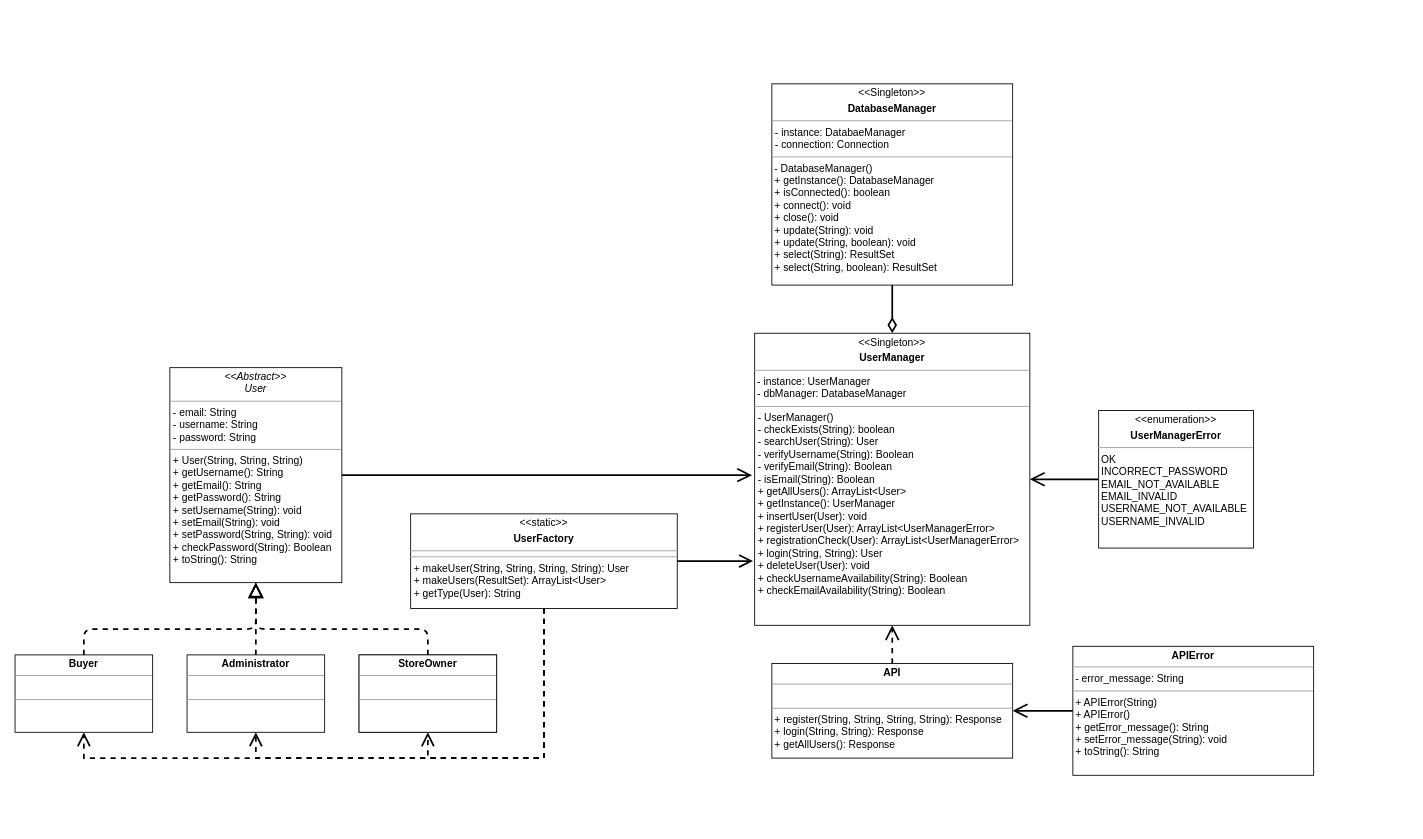
This is page "Class Diagram" (1 of 3) of uml_diagrams.drawio from MMAesawy/SE2-Project, a draw.io file, before an edit. Source tidied: cells renumbered, new cells numbered last; positions are measured from the earlier drawing's top-left corner, leaving out a move shared by most shapes. Both pictures are drawn from the tidied source at 86%, with x=0, y=0 at pixel (15, 83).
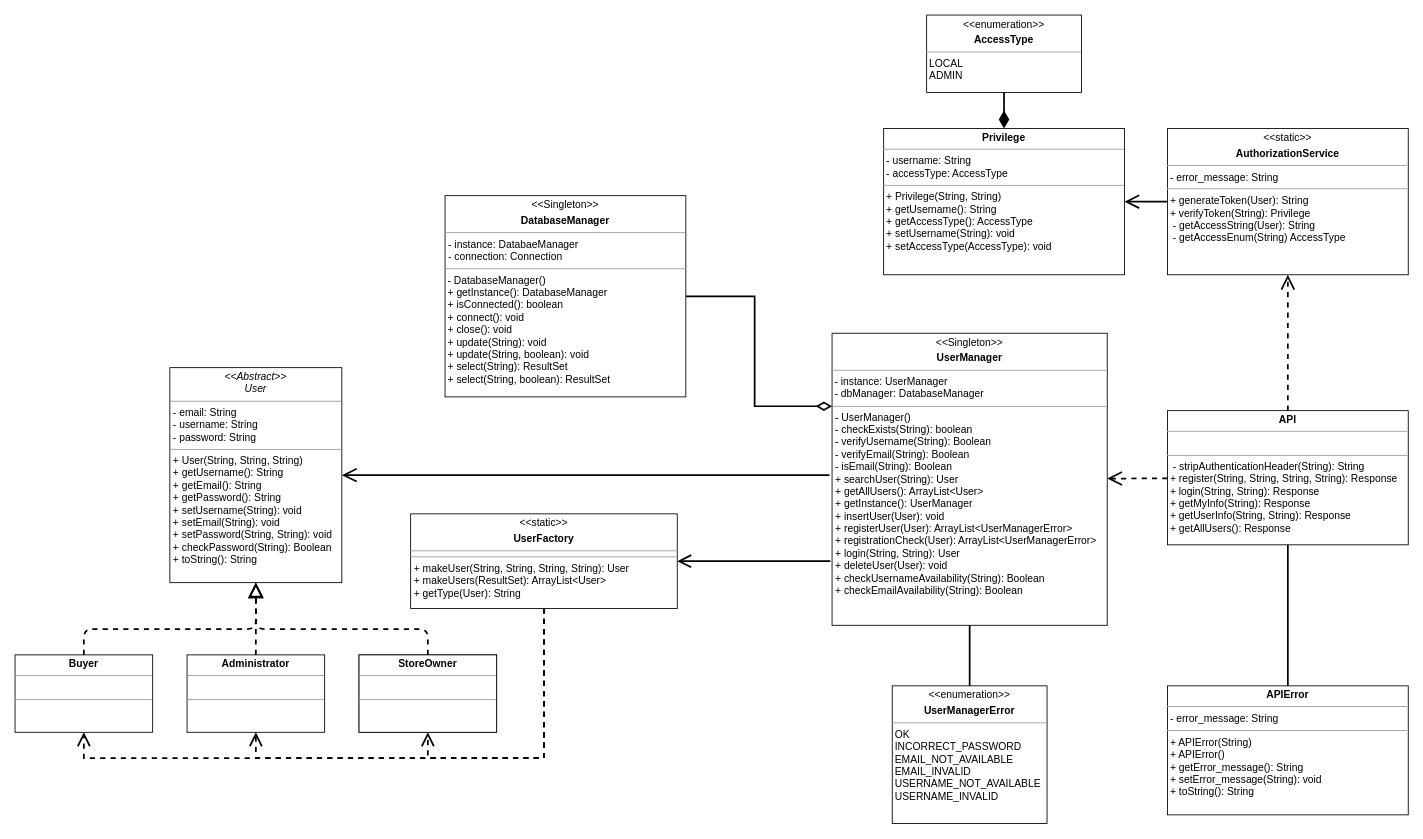
The same page after the edit.

Unchanged cells that the change refers to:
```xml
<mxCell id="2" value="&lt;p style=&quot;margin: 0px ; margin-top: 4px ; text-align: center&quot;&gt;&lt;i&gt;&amp;lt;&amp;lt;Abstract&amp;gt;&amp;gt;&lt;/i&gt;&lt;br&gt;&lt;i&gt;User&lt;/i&gt;&lt;/p&gt;&lt;hr size=&quot;1&quot;&gt;&lt;p style=&quot;margin: 0px ; margin-left: 4px&quot;&gt;- email: String&lt;br&gt;- username: String&lt;/p&gt;&lt;p style=&quot;margin: 0px ; margin-left: 4px&quot;&gt;- password: String&lt;br&gt;&lt;/p&gt;&lt;hr size=&quot;1&quot;&gt;&lt;p style=&quot;margin: 0px ; margin-left: 4px&quot;&gt;+ User(String, String, String)&lt;br&gt;&lt;/p&gt;&lt;p style=&quot;margin: 0px ; margin-left: 4px&quot;&gt;+ getUsername(): String&lt;br&gt;+ getEmail(): String&lt;/p&gt;&lt;p style=&quot;margin: 0px ; margin-left: 4px&quot;&gt;+ getPassword(): String&lt;br&gt;&lt;/p&gt;&lt;p style=&quot;margin: 0px ; margin-left: 4px&quot;&gt;+ setUsername(String): void&lt;/p&gt;&lt;p style=&quot;margin: 0px ; margin-left: 4px&quot;&gt;+ setEmail(String): void&lt;br&gt;&lt;/p&gt;&lt;p style=&quot;margin: 0px ; margin-left: 4px&quot;&gt;+ setPassword(String, String): void&lt;/p&gt;&lt;p style=&quot;margin: 0px ; margin-left: 4px&quot;&gt;+ checkPassword(String): Boolean&lt;/p&gt;&lt;p style=&quot;margin: 0px ; margin-left: 4px&quot;&gt;+ toString(): String&lt;br&gt;&lt;/p&gt;" style="verticalAlign=top;align=left;overflow=fill;fontSize=12;fontFamily=Helvetica;html=1;" parent="1" vertex="1">
  <mxGeometry x="180" y="330" width="200" height="250" as="geometry" />
</mxCell>
<mxCell id="25" value="&lt;p style=&quot;margin: 0px ; margin-top: 4px ; text-align: center&quot;&gt;&amp;lt;&amp;lt;static&amp;gt;&amp;gt;&lt;b&gt;&lt;br&gt;&lt;/b&gt;&lt;/p&gt;&lt;p style=&quot;margin: 0px ; margin-top: 4px ; text-align: center&quot;&gt;&lt;b&gt;UserFactory&lt;/b&gt;&lt;br&gt;&lt;/p&gt;&lt;hr size=&quot;1&quot;&gt;&lt;hr size=&quot;1&quot;&gt;&lt;p style=&quot;margin: 0px ; margin-left: 4px&quot;&gt;+ makeUser(String, String, String, String): User&lt;/p&gt;&lt;p style=&quot;margin: 0px ; margin-left: 4px&quot;&gt;+ makeUsers(ResultSet): ArrayList&amp;lt;User&amp;gt;&lt;br&gt;&lt;/p&gt;&lt;p style=&quot;margin: 0px ; margin-left: 4px&quot;&gt;+ getType(User): String&lt;br&gt;&lt;/p&gt;" style="verticalAlign=top;align=left;overflow=fill;fontSize=12;fontFamily=Helvetica;html=1;" parent="1" vertex="1">
  <mxGeometry x="460" y="500" width="310" height="110" as="geometry" />
</mxCell>
```

Diff of the diagram source:
```diff
@@
-    <mxCell id="8" value="&lt;p style=&quot;margin: 0px ; margin-top: 4px ; text-align: center&quot;&gt;&amp;lt;&amp;lt;Singleton&amp;gt;&amp;gt;&lt;b&gt;&lt;br&gt;&lt;/b&gt;&lt;/p&gt;&lt;p style=&quot;margin: 0px ; margin-top: 4px ; text-align: center&quot;&gt;&lt;b&gt;UserManager&lt;/b&gt;&lt;/p&gt;&lt;hr size=&quot;1&quot;&gt;&lt;div&gt;&amp;nbsp;- instance: UserManager&lt;/div&gt;&lt;div&gt;&amp;nbsp;- dbManager: DatabaseManager&lt;br&gt;&lt;/div&gt;&lt;hr size=&quot;1&quot;&gt;&lt;p style=&quot;margin: 0px ; margin-left: 4px&quot;&gt;- UserManager()&lt;/p&gt;&lt;p style=&quot;margin: 0px ; margin-left: 4px&quot;&gt;- checkExists(String): boolean&lt;/p&gt;&lt;p style=&quot;margin: 0px ; margin-left: 4px&quot;&gt;- searchUser(String): User&lt;/p&gt;&lt;p style=&quot;margin: 0px ; margin-left: 4px&quot;&gt;- verifyUsername(String): Boolean&lt;br&gt;&lt;/p&gt;&lt;p style=&quot;margin: 0px ; margin-left: 4px&quot;&gt;- verifyEmail(String): Boolean&lt;br&gt;&lt;/p&gt;&lt;p style=&quot;margin: 0px ; margin-left: 4px&quot;&gt;- isEmail(String): Boolean&lt;/p&gt;&lt;p style=&quot;margin: 0px ; margin-left: 4px&quot;&gt;+ getAllUsers(): ArrayList&amp;lt;User&amp;gt;&lt;br&gt;&lt;/p&gt;&lt;p style=&quot;margin: 0px ; margin-left: 4px&quot;&gt;+ getInstance(): UserManager&lt;br&gt;&lt;/p&gt;&lt;p style=&quot;margin: 0px ; margin-left: 4px&quot;&gt;+ insertUser(User): void&lt;/p&gt;&lt;p style=&quot;margin: 0px ; margin-left: 4px&quot;&gt;+ registerUser(User): ArrayList&amp;lt;UserManagerError&amp;gt;&lt;/p&gt;&lt;p style=&quot;margin: 0px ; margin-left: 4px&quot;&gt;+ registrationCheck(User): ArrayList&amp;lt;UserManagerError&amp;gt;&lt;/p&gt;&lt;p style=&quot;margin: 0px ; margin-left: 4px&quot;&gt;+ login(String, String): User&lt;/p&gt;&lt;p style=&quot;margin: 0px ; margin-left: 4px&quot;&gt;+ deleteUser(User): void&lt;br&gt;&lt;/p&gt;&lt;p style=&quot;margin: 0px ; margin-left: 4px&quot;&gt;+ checkUsernameAvailability(String): Boolean&lt;/p&gt;&lt;p style=&quot;margin: 0px ; margin-left: 4px&quot;&gt;+ checkEmailAvailability(String): Boolean&lt;/p&gt;&lt;p style=&quot;margin: 0px ; margin-left: 4px&quot;&gt;&lt;br&gt;&lt;/p&gt;" style="verticalAlign=top;align=left;overflow=fill;fontSize=12;fontFamily=Helvetica;html=1;" parent="1" vertex="1">
-      <mxGeometry x="860" y="290" width="320" height="339.6" as="geometry" />
+    <mxCell id="8" value="&lt;p style=&quot;margin: 0px ; margin-top: 4px ; text-align: center&quot;&gt;&amp;lt;&amp;lt;Singleton&amp;gt;&amp;gt;&lt;b&gt;&lt;br&gt;&lt;/b&gt;&lt;/p&gt;&lt;p style=&quot;margin: 0px ; margin-top: 4px ; text-align: center&quot;&gt;&lt;b&gt;UserManager&lt;/b&gt;&lt;/p&gt;&lt;hr size=&quot;1&quot;&gt;&lt;div&gt;&amp;nbsp;- instance: UserManager&lt;/div&gt;&lt;div&gt;&amp;nbsp;- dbManager: DatabaseManager&lt;br&gt;&lt;/div&gt;&lt;hr size=&quot;1&quot;&gt;&lt;p style=&quot;margin: 0px ; margin-left: 4px&quot;&gt;- UserManager()&lt;/p&gt;&lt;p style=&quot;margin: 0px ; margin-left: 4px&quot;&gt;- checkExists(String): boolean&lt;/p&gt;&lt;p style=&quot;margin: 0px ; margin-left: 4px&quot;&gt;- verifyUsername(String): Boolean&lt;br&gt;&lt;/p&gt;&lt;p style=&quot;margin: 0px ; margin-left: 4px&quot;&gt;- verifyEmail(String): Boolean&lt;br&gt;&lt;/p&gt;&lt;p style=&quot;margin: 0px ; margin-left: 4px&quot;&gt;- isEmail(String): Boolean&lt;/p&gt;&lt;p style=&quot;margin: 0px ; margin-left: 4px&quot;&gt;+ searchUser(String): User&lt;/p&gt;&lt;p style=&quot;margin: 0px ; margin-left: 4px&quot;&gt;+ getAllUsers(): ArrayList&amp;lt;User&amp;gt;&lt;br&gt;&lt;/p&gt;&lt;p style=&quot;margin: 0px ; margin-left: 4px&quot;&gt;+ getInstance(): UserManager&lt;br&gt;&lt;/p&gt;&lt;p style=&quot;margin: 0px ; margin-left: 4px&quot;&gt;+ insertUser(User): void&lt;/p&gt;&lt;p style=&quot;margin: 0px ; margin-left: 4px&quot;&gt;+ registerUser(User): ArrayList&amp;lt;UserManagerError&amp;gt;&lt;/p&gt;&lt;p style=&quot;margin: 0px ; margin-left: 4px&quot;&gt;+ registrationCheck(User): ArrayList&amp;lt;UserManagerError&amp;gt;&lt;/p&gt;&lt;p style=&quot;margin: 0px ; margin-left: 4px&quot;&gt;+ login(String, String): User&lt;/p&gt;&lt;p style=&quot;margin: 0px ; margin-left: 4px&quot;&gt;+ deleteUser(User): void&lt;br&gt;&lt;/p&gt;&lt;p style=&quot;margin: 0px ; margin-left: 4px&quot;&gt;+ checkUsernameAvailability(String): Boolean&lt;/p&gt;&lt;p style=&quot;margin: 0px ; margin-left: 4px&quot;&gt;+ checkEmailAvailability(String): Boolean&lt;/p&gt;&lt;p style=&quot;margin: 0px ; margin-left: 4px&quot;&gt;&lt;br&gt;&lt;/p&gt;" style="verticalAlign=top;align=left;overflow=fill;fontSize=12;fontFamily=Helvetica;html=1;" parent="1" vertex="1">
+      <mxGeometry x="950" y="290" width="320" height="339.6" as="geometry" />
     </mxCell>
-    <mxCell id="9" style="endArrow=open;html=1;strokeWidth=2;fontSize=12;exitX=1;exitY=0.5;exitDx=0;exitDy=0;endFill=0;endSize=13;" parent="1" edge="1" source="2">
+    <mxCell id="9" style="endArrow=open;html=1;strokeWidth=2;fontSize=12;exitX=1;exitY=0.5;exitDx=0;exitDy=0;endFill=0;endSize=13;entryX=1;entryY=0.5;entryDx=0;entryDy=0;" parent="1" edge="1" target="2">
       <mxGeometry relative="1" as="geometry">
-        <mxPoint x="857" y="455" as="targetPoint" />
+        <mxPoint x="947" y="455" as="sourcePoint" />
       </mxGeometry>
     </mxCell>
-    <mxCell id="10" style="edgeStyle=orthogonalEdgeStyle;rounded=0;jettySize=auto;html=1;endArrow=diamondThin;endFill=0;strokeWidth=2;endSize=13;startSize=6;" parent="1" edge="1" source="11" target="8">
+    <mxCell id="10" style="edgeStyle=orthogonalEdgeStyle;rounded=0;jettySize=auto;html=1;endArrow=diamondThin;endFill=0;strokeWidth=2;endSize=13;startSize=6;entryX=0;entryY=0.25;entryDx=0;entryDy=0;" parent="1" edge="1" source="11" target="8">
       <mxGeometry relative="1" as="geometry" />
     </mxCell>
     <mxCell id="11" value="&lt;p style=&quot;margin: 0px ; margin-top: 4px ; text-align: center&quot;&gt;&amp;lt;&amp;lt;Singleton&amp;gt;&amp;gt;&lt;b&gt;&lt;b&gt;&lt;br&gt;&lt;/b&gt;&lt;/b&gt;&lt;/p&gt;&lt;p style=&quot;margin: 0px ; margin-top: 4px ; text-align: center&quot;&gt;&lt;b&gt;DatabaseManager&lt;br&gt;&lt;/b&gt;&lt;/p&gt;&lt;hr size=&quot;1&quot;&gt;&lt;p style=&quot;margin: 0px ; margin-left: 4px&quot;&gt;- instance: DatabaeManager&lt;/p&gt;&lt;p style=&quot;margin: 0px ; margin-left: 4px&quot;&gt;- connection: Connection&lt;br&gt;&lt;/p&gt;&lt;hr size=&quot;1&quot;&gt;&lt;div&gt;&amp;nbsp;- DatabaseManager()&lt;/div&gt;&lt;div&gt;&amp;nbsp;+ getInstance(): DatabaseManager&lt;/div&gt;&lt;div&gt;&amp;nbsp;+ isConnected(): boolean&lt;/div&gt;&lt;div&gt;&amp;nbsp;+ connect(): void&lt;/div&gt;&lt;div&gt;&amp;nbsp;+ close(): void&lt;/div&gt;&lt;div&gt;&amp;nbsp;+ update(String): void&lt;/div&gt;&lt;div&gt;&amp;nbsp;+ update(String, boolean): void&lt;/div&gt;&lt;div&gt;&amp;nbsp;+ select(String): ResultSet&lt;/div&gt;&lt;div&gt;&amp;nbsp;+ select(String, boolean): ResultSet&lt;/div&gt;&lt;div&gt;&amp;nbsp;&lt;br&gt;&lt;/div&gt;" style="verticalAlign=top;align=left;overflow=fill;fontSize=12;fontFamily=Helvetica;html=1;" parent="1" vertex="1">
-      <mxGeometry x="880" width="280" height="234" as="geometry" />
+      <mxGeometry x="500" y="130" width="280" height="234" as="geometry" />
     </mxCell>
-    <mxCell id="12" style="edgeStyle=none;rounded=0;jettySize=auto;html=1;startSize=6;endArrow=open;endFill=0;endSize=13;strokeColor=#000000;strokeWidth=2;entryX=1;entryY=0.5;entryDx=0;entryDy=0;" parent="1" edge="1" source="13" target="8">
+    <mxCell id="12" style="edgeStyle=none;rounded=0;jettySize=auto;html=1;endArrow=none;endFill=0;strokeColor=#000000;strokeWidth=2;exitX=0.5;exitY=1;exitDx=0;exitDy=0;" parent="1" edge="1" source="8" target="13">
       <mxGeometry relative="1" as="geometry" />
     </mxCell>
     <mxCell id="13" value="&lt;p style=&quot;margin: 0px ; margin-top: 4px ; text-align: center&quot;&gt;&amp;lt;&amp;lt;enumeration&amp;gt;&amp;gt;&lt;b&gt;&lt;br&gt;&lt;/b&gt;&lt;/p&gt;&lt;p style=&quot;margin: 0px ; margin-top: 4px ; text-align: center&quot;&gt;&lt;b&gt;UserManagerError&lt;/b&gt;&lt;/p&gt;&lt;hr size=&quot;1&quot;&gt;&lt;div&gt;&amp;nbsp;OK&lt;/div&gt;&lt;div&gt;&amp;nbsp;INCORRECT_PASSWORD&lt;/div&gt;&lt;div&gt;&amp;nbsp;EMAIL_NOT_AVAILABLE&lt;/div&gt;&lt;div&gt;&amp;nbsp;EMAIL_INVALID&lt;/div&gt;&lt;div&gt;&amp;nbsp;USERNAME_NOT_AVAILABLE&lt;/div&gt;&lt;div&gt;&amp;nbsp;USERNAME_INVALID&lt;br&gt;&lt;/div&gt;" style="verticalAlign=top;align=left;overflow=fill;fontSize=12;fontFamily=Helvetica;html=1;" parent="1" vertex="1">
-      <mxGeometry x="1260" y="379.8" width="180" height="160" as="geometry" />
+      <mxGeometry x="1020" y="700" width="180" height="160" as="geometry" />
     </mxCell>
@@
+    <mxCell id="26" style="edgeStyle=orthogonalEdgeStyle;rounded=0;jettySize=auto;html=1;endArrow=open;endFill=0;strokeWidth=2;dashed=1;endSize=13;entryX=0.5;entryY=1;entryDx=0;entryDy=0;" parent="1" edge="1" source="15" target="28">
+      <mxGeometry relative="1" as="geometry" />
+    </mxCell>
-    <mxCell id="15" value="&lt;p style=&quot;margin: 0px ; margin-top: 4px ; text-align: center&quot;&gt;&lt;b&gt;API&lt;br&gt;&lt;/b&gt;&lt;/p&gt;&lt;hr size=&quot;1&quot;&gt;&lt;br&gt;&lt;hr size=&quot;1&quot;&gt;&lt;div&gt;&amp;nbsp;+ register(String, String, String, String): Response&lt;/div&gt;&lt;div&gt;&amp;nbsp;+ login(String, String): Response&lt;/div&gt;&lt;div&gt;&amp;nbsp;+ getAllUsers(): Response&lt;br&gt;&lt;/div&gt;&lt;div&gt;&amp;nbsp;&lt;br&gt;&lt;/div&gt;" style="verticalAlign=top;align=left;overflow=fill;fontSize=12;fontFamily=Helvetica;html=1;" parent="1" vertex="1">
-      <mxGeometry x="880" y="674" width="280" height="110" as="geometry" />
+    <mxCell id="15" value="&lt;p style=&quot;margin: 0px ; margin-top: 4px ; text-align: center&quot;&gt;&lt;b&gt;API&lt;br&gt;&lt;/b&gt;&lt;/p&gt;&lt;hr size=&quot;1&quot;&gt;&lt;br&gt;&lt;hr size=&quot;1&quot;&gt;&lt;div&gt;&amp;nbsp; - stripAuthenticationHeader(String): String&lt;br&gt;&lt;/div&gt;&lt;div&gt;&amp;nbsp;+ register(String, String, String, String): Response&lt;/div&gt;&lt;div&gt;&amp;nbsp;+ login(String, String): Response&lt;/div&gt;&lt;div&gt;&amp;nbsp;+ getMyInfo(String): Response&lt;/div&gt;&lt;div&gt;&amp;nbsp;+ getUserInfo(String, String): Response&lt;br&gt;&lt;/div&gt;&lt;div&gt;&amp;nbsp;+ getAllUsers(): Response&lt;br&gt;&lt;/div&gt;&lt;div&gt;&amp;nbsp;&lt;br&gt;&lt;/div&gt;" style="verticalAlign=top;align=left;overflow=fill;fontSize=12;fontFamily=Helvetica;html=1;" parent="1" vertex="1">
+      <mxGeometry x="1340" y="380" width="280" height="156" as="geometry" />
     </mxCell>
-    <mxCell id="16" style="edgeStyle=none;rounded=0;jettySize=auto;html=1;startSize=6;endArrow=open;endFill=0;endSize=13;strokeColor=#000000;strokeWidth=2;" parent="1" edge="1" source="17" target="15">
+    <mxCell id="16" style="edgeStyle=none;rounded=0;jettySize=auto;html=1;startSize=6;endArrow=none;endFill=0;endSize=13;strokeColor=#000000;strokeWidth=2;" parent="1" edge="1" source="17" target="15">
       <mxGeometry relative="1" as="geometry" />
     </mxCell>
     <mxCell id="17" value="&lt;p style=&quot;margin: 0px ; margin-top: 4px ; text-align: center&quot;&gt;&lt;b&gt;APIError&lt;br&gt;&lt;/b&gt;&lt;/p&gt;&lt;hr size=&quot;1&quot;&gt;&amp;nbsp;- error_message: String&lt;br&gt;&lt;hr size=&quot;1&quot;&gt;&lt;div&gt;&amp;nbsp;+ APIError(String)&lt;/div&gt;&lt;div&gt;&amp;nbsp;+ APIError()&lt;/div&gt;&lt;div&gt;&amp;nbsp;+ getError_message(): String&lt;/div&gt;&lt;div&gt;&amp;nbsp;+ setError_message(String): void&lt;/div&gt;&lt;div&gt;&amp;nbsp;+ toString(): String&lt;br&gt;&lt;/div&gt;&lt;div&gt;&amp;nbsp;&lt;br&gt;&lt;/div&gt;" style="verticalAlign=top;align=left;overflow=fill;fontSize=12;fontFamily=Helvetica;html=1;" parent="1" vertex="1">
-      <mxGeometry x="1230" y="654" width="280" height="150" as="geometry" />
+      <mxGeometry x="1340" y="700" width="280" height="150" as="geometry" />
     </mxCell>
@@
-    <mxCell id="23" style="edgeStyle=orthogonalEdgeStyle;rounded=0;jettySize=auto;html=1;exitX=1;exitY=0.5;exitDx=0;exitDy=0;endArrow=open;endFill=0;endSize=12;strokeWidth=2;entryX=-0.006;entryY=0.78;entryDx=0;entryDy=0;entryPerimeter=0;" parent="1" edge="1" source="25" target="8">
+    <mxCell id="23" style="edgeStyle=orthogonalEdgeStyle;rounded=0;jettySize=auto;html=1;exitX=-0.006;exitY=0.78;exitDx=0;exitDy=0;endArrow=open;endFill=0;endSize=12;strokeWidth=2;entryX=1;entryY=0.5;entryDx=0;entryDy=0;exitPerimeter=0;" parent="1" edge="1" source="8" target="25">
       <mxGeometry relative="1" as="geometry" />
     </mxCell>
@@
+    <mxCell id="27" style="edgeStyle=orthogonalEdgeStyle;rounded=0;jettySize=auto;html=1;endArrow=open;endFill=0;endSize=13;strokeWidth=2;exitX=0;exitY=0.5;exitDx=0;exitDy=0;" parent="1" edge="1" source="28" target="31">
+      <mxGeometry relative="1" as="geometry" />
+    </mxCell>
+    <mxCell id="28" value="&lt;p style=&quot;margin: 0px ; margin-top: 4px ; text-align: center&quot;&gt;&amp;lt;&amp;lt;static&amp;gt;&amp;gt;&lt;/p&gt;&lt;p style=&quot;margin: 0px ; margin-top: 4px ; text-align: center&quot;&gt;&lt;b&gt;AuthorizationService&lt;br&gt;&lt;/b&gt;&lt;/p&gt;&lt;hr size=&quot;1&quot;&gt;&amp;nbsp;- error_message: String&lt;br&gt;&lt;hr size=&quot;1&quot;&gt;&lt;div&gt;&amp;nbsp;+ generateToken(User): String&lt;/div&gt;&lt;div&gt;&amp;nbsp;+ verifyToken(String): Privilege&lt;/div&gt;&lt;div&gt;&amp;nbsp; - getAccessString(User): String&lt;/div&gt;&lt;div&gt;&amp;nbsp; - getAccessEnum(String) AccessType&lt;br&gt;&lt;/div&gt;&lt;div&gt;&amp;nbsp;&lt;br&gt;&lt;/div&gt;" style="verticalAlign=top;align=left;overflow=fill;fontSize=12;fontFamily=Helvetica;html=1;" parent="1" vertex="1">
+      <mxGeometry x="1340" y="52" width="280" height="170" as="geometry" />
+    </mxCell>
+    <mxCell id="29" style="edgeStyle=orthogonalEdgeStyle;rounded=0;jettySize=auto;html=1;endArrow=diamondThin;endFill=1;endSize=15;strokeWidth=2;" parent="1" edge="1" source="30" target="31">
+      <mxGeometry relative="1" as="geometry" />
+    </mxCell>
+    <mxCell id="30" value="&lt;p style=&quot;margin: 0px ; margin-top: 4px ; text-align: center&quot;&gt;&amp;lt;&amp;lt;enumeration&amp;gt;&amp;gt;&lt;b&gt;&lt;br&gt;&lt;/b&gt;&lt;/p&gt;&lt;p style=&quot;margin: 0px ; margin-top: 4px ; text-align: center&quot;&gt;&lt;b&gt;AccessType&lt;/b&gt;&lt;/p&gt;&lt;hr size=&quot;1&quot;&gt;&lt;div&gt;&amp;nbsp;LOCAL&lt;/div&gt;&lt;div&gt;&amp;nbsp;ADMIN&lt;br&gt;&lt;/div&gt;" style="verticalAlign=top;align=left;overflow=fill;fontSize=12;fontFamily=Helvetica;html=1;" parent="1" vertex="1">
+      <mxGeometry x="1060" y="-80" width="180" height="90" as="geometry" />
+    </mxCell>
+    <mxCell id="31" value="&lt;p style=&quot;margin: 0px ; margin-top: 4px ; text-align: center&quot;&gt;&lt;b&gt;Privilege&lt;br&gt;&lt;/b&gt;&lt;/p&gt;&lt;hr size=&quot;1&quot;&gt;&lt;div&gt;&amp;nbsp;- username: String&lt;/div&gt;&lt;div&gt;&amp;nbsp;- accessType: AccessType&lt;br&gt;&lt;/div&gt;&lt;hr size=&quot;1&quot;&gt;&lt;div&gt;&amp;nbsp;+ Privilege(String, String)&lt;/div&gt;&lt;div&gt;&amp;nbsp;+ getUsername(): String&lt;/div&gt;&lt;div&gt;&amp;nbsp;+ getAccessType(): AccessType&lt;/div&gt;&lt;div&gt;&amp;nbsp;+ setUsername(String): void&lt;/div&gt;&lt;div&gt;&amp;nbsp;+ setAccessType(AccessType): void&lt;br&gt;&lt;/div&gt;" style="verticalAlign=top;align=left;overflow=fill;fontSize=12;fontFamily=Helvetica;html=1;" parent="1" vertex="1">
+      <mxGeometry x="1010" y="52" width="280" height="170" as="geometry" />
+    </mxCell>
```
